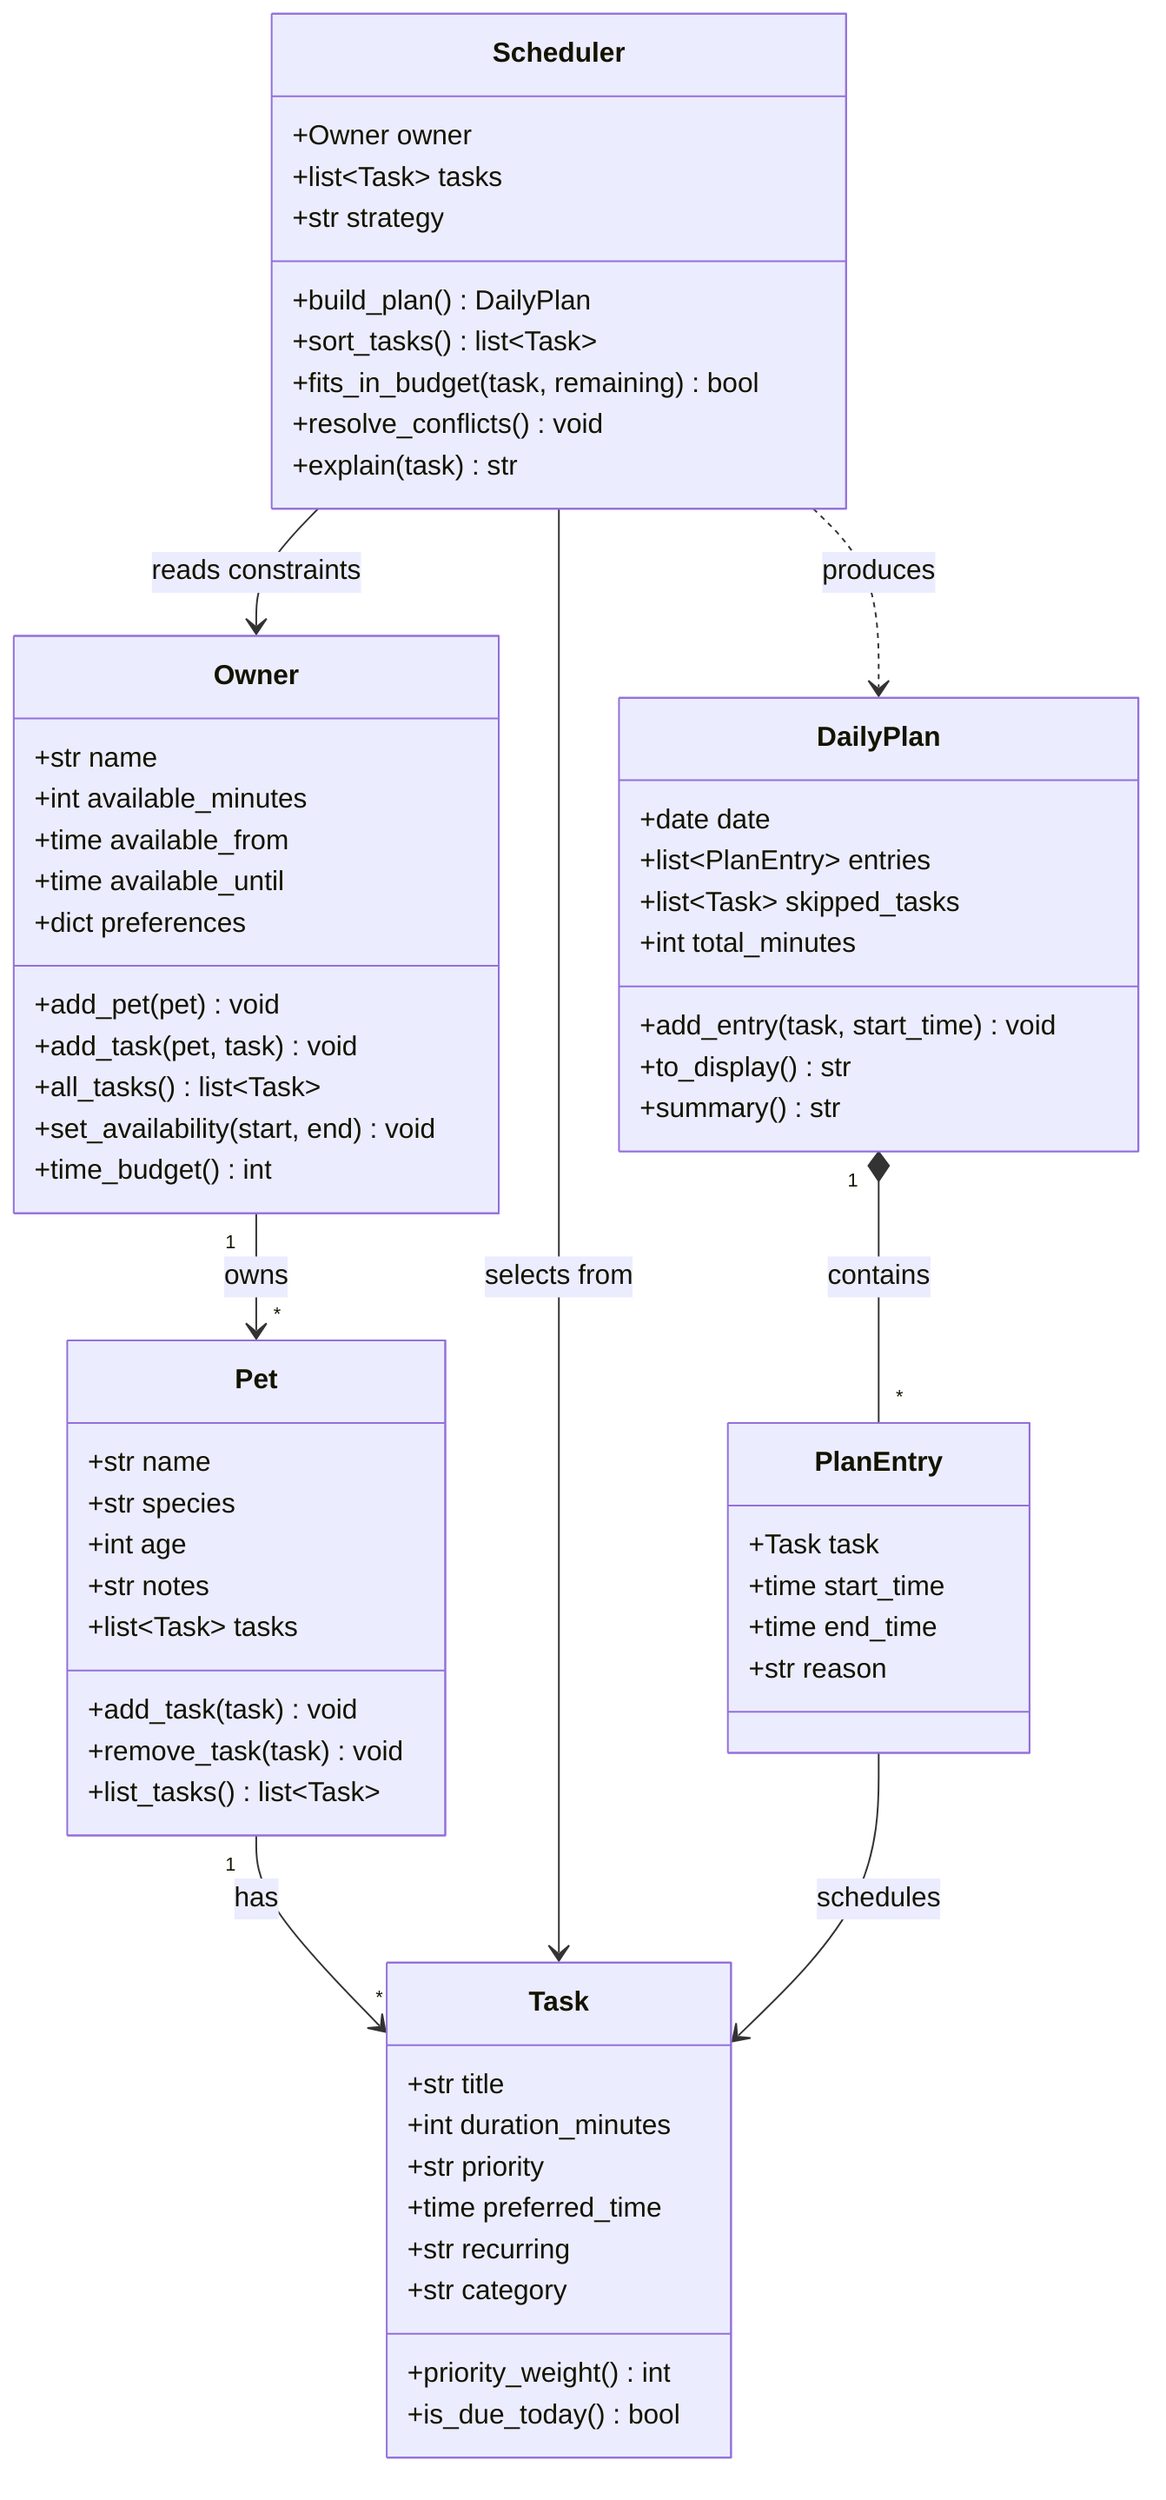
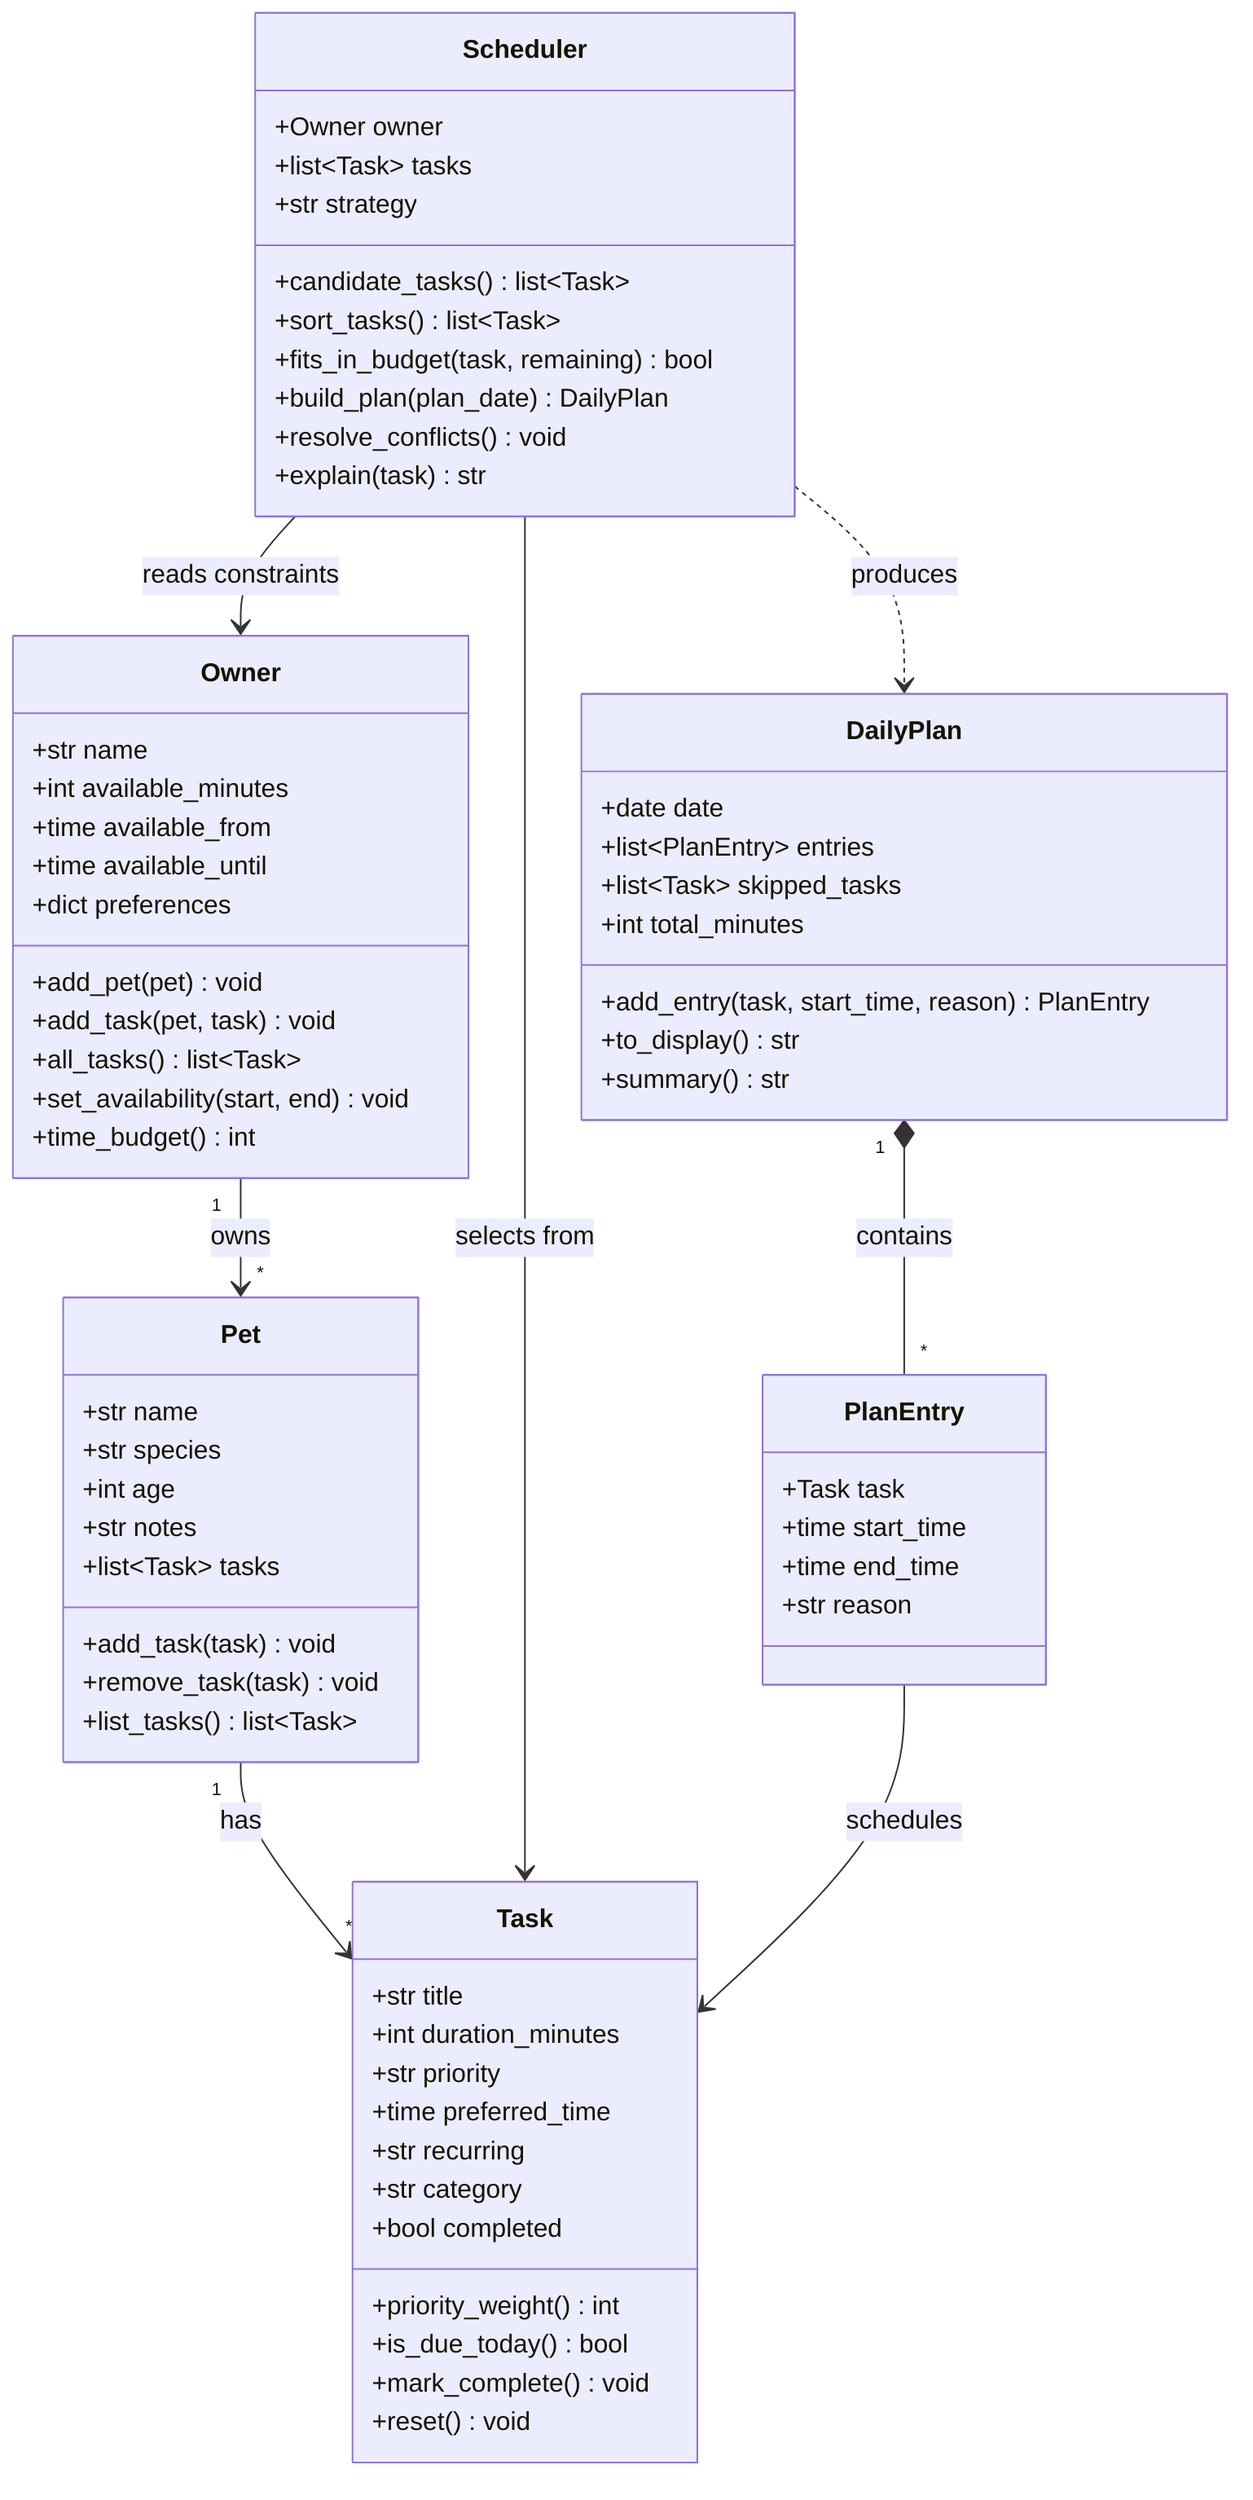
classDiagram
    %% PawPal+ class diagram — pet care planning assistant.
    %% Keep this file updated so it matches your final implementation.

    class Owner {
        +str name
        +int available_minutes
        +time available_from
        +time available_until
        +dict preferences
        +add_pet(pet) void
        +add_task(pet, task) void
        +all_tasks() list~Task~
        +set_availability(start, end) void
        +time_budget() int
    }

    class Pet {
        +str name
        +str species
        +int age
        +str notes
        +list~Task~ tasks
        +add_task(task) void
        +remove_task(task) void
        +list_tasks() list~Task~
    }

    class Task {
        +str title
        +int duration_minutes
        +str priority
        +time preferred_time
        +str recurring
        +str category
+         +bool completed
        +priority_weight() int
        +is_due_today() bool
+         +mark_complete() void
+         +reset() void
    }

    class Scheduler {
        +Owner owner
        +list~Task~ tasks
        +str strategy
-         +build_plan() DailyPlan
+         +candidate_tasks() list~Task~
        +sort_tasks() list~Task~
        +fits_in_budget(task, remaining) bool
+         +build_plan(plan_date) DailyPlan
        +resolve_conflicts() void
        +explain(task) str
    }

    class DailyPlan {
        +date date
        +list~PlanEntry~ entries
        +list~Task~ skipped_tasks
        +int total_minutes
-         +add_entry(task, start_time) void
+         +add_entry(task, start_time, reason) PlanEntry
        +to_display() str
        +summary() str
    }

    class PlanEntry {
        +Task task
        +time start_time
        +time end_time
        +str reason
    }

    Owner "1" --> "*" Pet : owns
    Pet "1" --> "*" Task : has
    Scheduler --> Owner : reads constraints
    Scheduler --> Task : selects from
    Scheduler ..> DailyPlan : produces
    DailyPlan "1" *-- "*" PlanEntry : contains
    PlanEntry --> Task : schedules
